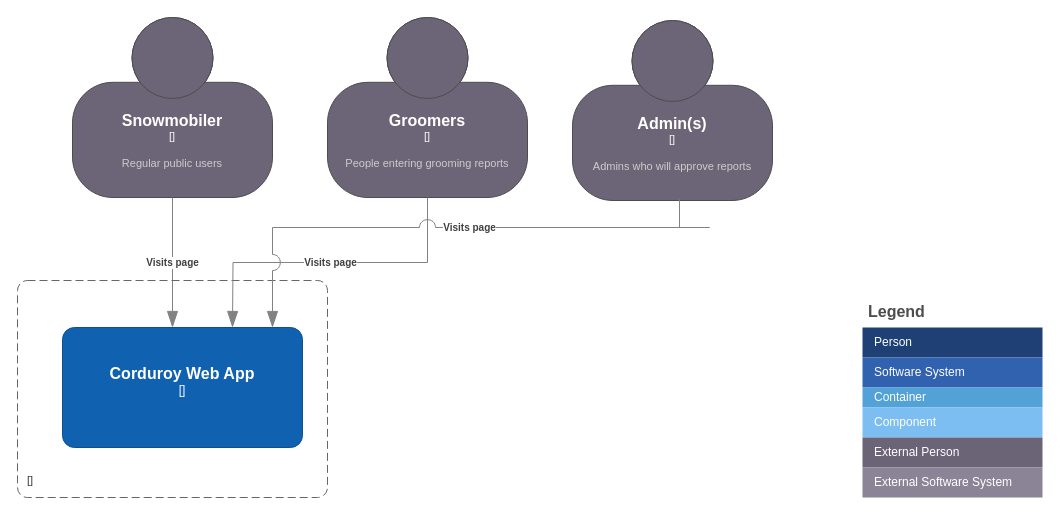
bartelsjoshuac/Corduroy keeps this draw.io diagram as docs/C4/Context-C4.drawio. Above is the earlier version. Source tidied: cells renumbered, new cells numbered last; positions are measured from the earlier drawing's top-left corner, leaving out a move shared by most shapes. Both pictures are drawn from the tidied source at 100%, with x=0, y=0 at pixel (17, 17).
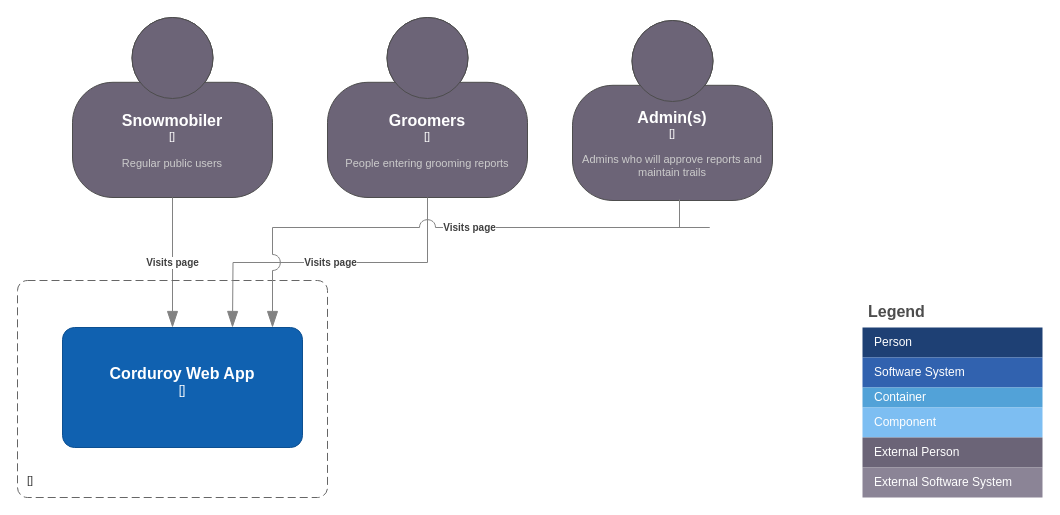
The same page after the edit.

The edit, as a diff of the source:
```diff
@@
-    <object id="19" label="&lt;font style=&quot;font-size: 16px&quot;&gt;&lt;b&gt;%c4Name%&lt;/b&gt;&lt;/font&gt;&lt;div&gt;[%c4Type%]&lt;/div&gt;&lt;br&gt;&lt;div&gt;&lt;font style=&quot;font-size: 11px&quot;&gt;&lt;font color=&quot;#cccccc&quot;&gt;%c4Description%&lt;/font&gt;&lt;/div&gt;" c4Description="Admins who will approve reports" c4Name="Admin(s)" c4Type="" placeholders="1">
+    <object id="19" label="&lt;font style=&quot;font-size: 16px&quot;&gt;&lt;b&gt;%c4Name%&lt;/b&gt;&lt;/font&gt;&lt;div&gt;[%c4Type%]&lt;/div&gt;&lt;br&gt;&lt;div&gt;&lt;font style=&quot;font-size: 11px&quot;&gt;&lt;font color=&quot;#cccccc&quot;&gt;%c4Description%&lt;/font&gt;&lt;/div&gt;" c4Description="Admins who will approve reports and maintain trails" c4Name="Admin(s)" c4Type="" placeholders="1">
       <mxCell style="html=1;fontSize=11;dashed=0;whiteSpace=wrap;fillColor=#6C6477;strokeColor=#4D4D4D;fontColor=#ffffff;shape=mxgraph.c4.person2;align=center;points=[[0.5,0,0],[1,0.5,0],[1,0.75,0],[0.75,1,0],[0.5,1,0],[0.25,1,0],[0,0.75,0],[0,0.5,0]];" parent="1" vertex="1">
         <mxGeometry x="555" y="3" width="200" height="180" as="geometry" />
       </mxCell>
     </object>
```
